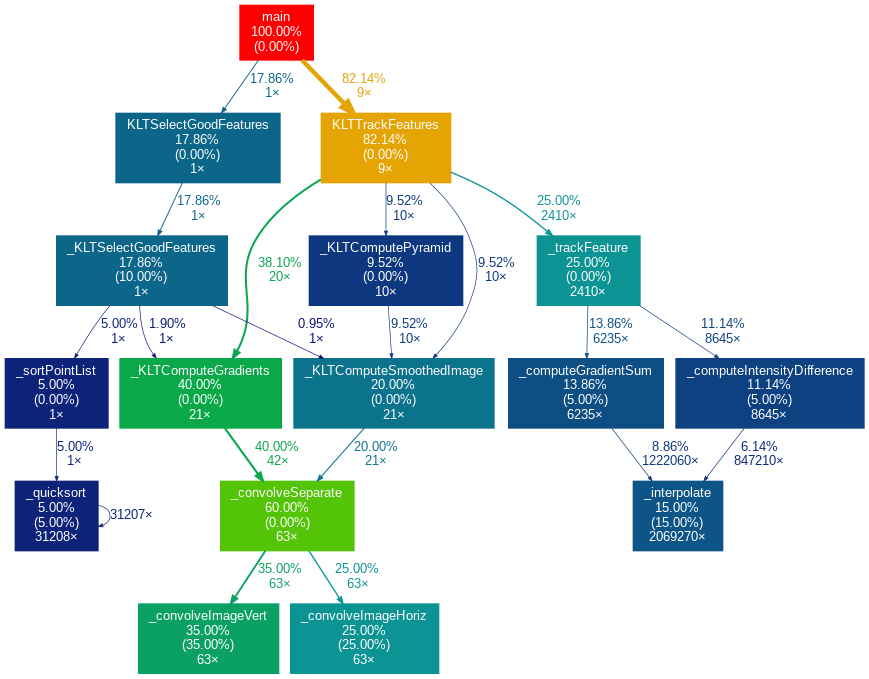
Above: src/V1/klt/profiling/example3_callgraph.png in FatimaRana50/CS4110-klt-gpu (Graphviz), before the change. Its source is kept beside it as src/V1/klt/profiling/example3_callgraph.dot. Its diagram source:
```dot
digraph {
	tooltip=" "
	graph [fontname=Arial, nodesep=0.125, ranksep=0.25];
	node [fontcolor=white, fontname=Arial, height=0, shape=box, style=filled, width=0];
	edge [fontname=Arial];
	1 [color="#ff0000", fontcolor="#ffffff", fontsize="10.00", label="main\n100.00%\n(0.00%)"];
	1 -> 2 [arrowsize="0.91", color="#e4a404", fontcolor="#e4a404", fontsize="10.00", label="82.14%\n9×", labeldistance="3.29", penwidth="3.29"];
	1 -> 9 [arrowsize="0.42", color="#0c668a", fontcolor="#0c668a", fontsize="10.00", label="17.86%\n1×", labeldistance="0.71", penwidth="0.71"];
	2 [color="#e4a404", fontcolor="#ffffff", fontsize="10.00", label="KLTTrackFeatures\n82.14%\n(0.00%)\n9×"];
	2 -> 4 [arrowsize="0.62", color="#0ba554", fontcolor="#0ba554", fontsize="10.00", label="38.10%\n20×", labeldistance="1.52", penwidth="1.52"];
	2 -> 6 [arrowsize="0.50", color="#0c9393", fontcolor="#0c9393", fontsize="10.00", label="25.00%\n2410×", labeldistance="1.00", penwidth="1.00"];
	2 -> 8 [arrowsize="0.35", color="#0d387f", fontcolor="#0d387f", fontsize="10.00", label="9.52%\n10×", labeldistance="0.50", penwidth="0.50"];
	2 -> 14 [arrowsize="0.35", color="#0d387f", fontcolor="#0d387f", fontsize="10.00", label="9.52%\n10×", labeldistance="0.50", penwidth="0.50"];
	3 [color="#53c408", fontcolor="#ffffff", fontsize="10.00", label="_convolveSeparate\n60.00%\n(0.00%)\n63×"];
	3 -> 5 [arrowsize="0.59", color="#0ba165", fontcolor="#0ba165", fontsize="10.00", label="35.00%\n63×", labeldistance="1.40", penwidth="1.40"];
	3 -> 7 [arrowsize="0.50", color="#0c9393", fontcolor="#0c9393", fontsize="10.00", label="25.00%\n63×", labeldistance="1.00", penwidth="1.00"];
	4 [color="#0ba84a", fontcolor="#ffffff", fontsize="10.00", label="_KLTComputeGradients\n40.00%\n(0.00%)\n21×"];
	4 -> 3 [arrowsize="0.63", color="#0ba84a", fontcolor="#0ba84a", fontsize="10.00", label="40.00%\n42×", labeldistance="1.60", penwidth="1.60"];
	5 [color="#0ba165", fontcolor="#ffffff", fontsize="10.00", label="_convolveImageVert\n35.00%\n(35.00%)\n63×"];
	6 [color="#0c9393", fontcolor="#ffffff", fontsize="10.00", label="_trackFeature\n25.00%\n(0.00%)\n2410×"];
	6 -> 12 [arrowsize="0.37", color="#0d4f85", fontcolor="#0d4f85", fontsize="10.00", label="13.86%\n6235×", labeldistance="0.55", penwidth="0.55"];
	6 -> 13 [arrowsize="0.35", color="#0d4181", fontcolor="#0d4181", fontsize="10.00", label="11.14%\n8645×", labeldistance="0.50", penwidth="0.50"];
	7 [color="#0c9393", fontcolor="#ffffff", fontsize="10.00", label="_convolveImageHoriz\n25.00%\n(25.00%)\n63×"];
	8 [color="#0c738d", fontcolor="#ffffff", fontsize="10.00", label="_KLTComputeSmoothedImage\n20.00%\n(0.00%)\n21×"];
	8 -> 3 [arrowsize="0.45", color="#0c738d", fontcolor="#0c738d", fontsize="10.00", label="20.00%\n21×", labeldistance="0.80", penwidth="0.80"];
	9 [color="#0c668a", fontcolor="#ffffff", fontsize="10.00", label="KLTSelectGoodFeatures\n17.86%\n(0.00%)\n1×"];
	9 -> 10 [arrowsize="0.42", color="#0c668a", fontcolor="#0c668a", fontsize="10.00", label="17.86%\n1×", labeldistance="0.71", penwidth="0.71"];
	10 [color="#0c668a", fontcolor="#ffffff", fontsize="10.00", label="_KLTSelectGoodFeatures\n17.86%\n(10.00%)\n1×"];
	10 -> 4 [arrowsize="0.35", color="#0d1575", fontcolor="#0d1575", fontsize="10.00", label="1.90%\n1×", labeldistance="0.50", penwidth="0.50"];
	10 -> 8 [arrowsize="0.35", color="#0d1174", fontcolor="#0d1174", fontsize="10.00", label="0.95%\n1×", labeldistance="0.50", penwidth="0.50"];
	10 -> 16 [arrowsize="0.35", color="#0d2279", fontcolor="#0d2279", fontsize="10.00", label="5.00%\n1×", labeldistance="0.50", penwidth="0.50"];
	11 [color="#0c5586", fontcolor="#ffffff", fontsize="10.00", label="_interpolate\n15.00%\n(15.00%)\n2069270×"];
	12 [color="#0d4f85", fontcolor="#ffffff", fontsize="10.00", label="_computeGradientSum\n13.86%\n(5.00%)\n6235×"];
	12 -> 11 [arrowsize="0.35", color="#0d357e", fontcolor="#0d357e", fontsize="10.00", label="8.86%\n1222060×", labeldistance="0.50", penwidth="0.50"];
	13 [color="#0d4181", fontcolor="#ffffff", fontsize="10.00", label="_computeIntensityDifference\n11.14%\n(5.00%)\n8645×"];
	13 -> 11 [arrowsize="0.35", color="#0d287b", fontcolor="#0d287b", fontsize="10.00", label="6.14%\n847210×", labeldistance="0.50", penwidth="0.50"];
	14 [color="#0d387f", fontcolor="#ffffff", fontsize="10.00", label="_KLTComputePyramid\n9.52%\n(0.00%)\n10×"];
	14 -> 8 [arrowsize="0.35", color="#0d387f", fontcolor="#0d387f", fontsize="10.00", label="9.52%\n10×", labeldistance="0.50", penwidth="0.50"];
	15 [color="#0d2279", fontcolor="#ffffff", fontsize="10.00", label="_quicksort\n5.00%\n(5.00%)\n31208×"];
	15 -> 15 [arrowsize="0.35", color="#0d2279", fontcolor="#0d2279", fontsize="10.00", label="31207×", labeldistance="0.50", penwidth="0.50"];
	16 [color="#0d2279", fontcolor="#ffffff", fontsize="10.00", label="_sortPointList\n5.00%\n(0.00%)\n1×"];
	16 -> 15 [arrowsize="0.35", color="#0d2279", fontcolor="#0d2279", fontsize="10.00", label="5.00%\n1×", labeldistance="0.50", penwidth="0.50"];
}
```
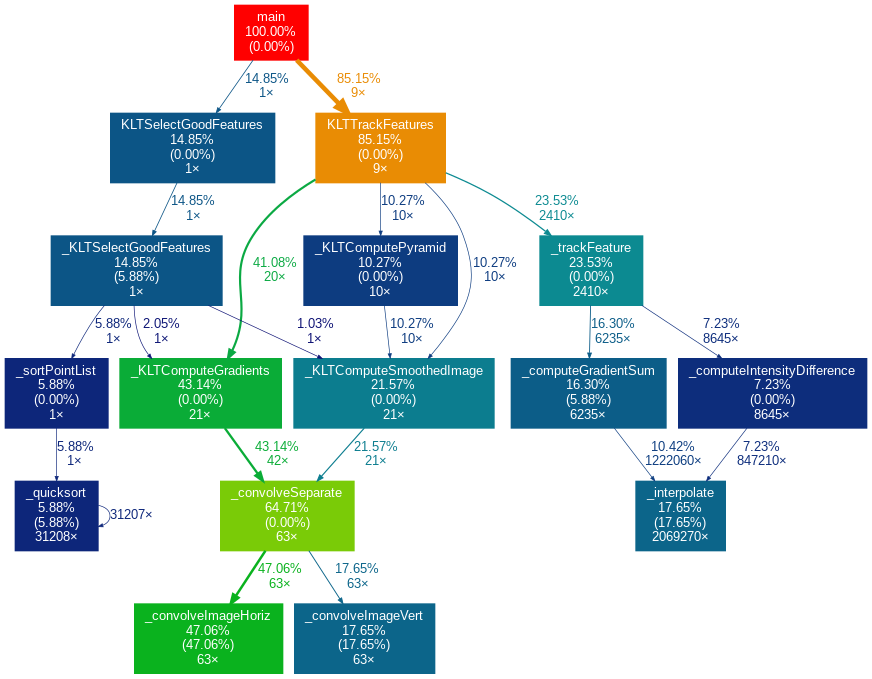
Later version of the same file.

What changed in the source:
```diff
@@ -4,40 +4,40 @@
 	node [fontcolor=white, fontname=Arial, height=0, shape=box, style=filled, width=0];
 	edge [fontname=Arial];
 	1 [color="#ff0000", fontcolor="#ffffff", fontsize="10.00", label="main\n100.00%\n(0.00%)"];
-	1 -> 2 [arrowsize="0.91", color="#e4a404", fontcolor="#e4a404", fontsize="10.00", label="82.14%\n9×", labeldistance="3.29", penwidth="3.29"];
-	1 -> 9 [arrowsize="0.42", color="#0c668a", fontcolor="#0c668a", fontsize="10.00", label="17.86%\n1×", labeldistance="0.71", penwidth="0.71"];
-	2 [color="#e4a404", fontcolor="#ffffff", fontsize="10.00", label="KLTTrackFeatures\n82.14%\n(0.00%)\n9×"];
-	2 -> 4 [arrowsize="0.62", color="#0ba554", fontcolor="#0ba554", fontsize="10.00", label="38.10%\n20×", labeldistance="1.52", penwidth="1.52"];
-	2 -> 6 [arrowsize="0.50", color="#0c9393", fontcolor="#0c9393", fontsize="10.00", label="25.00%\n2410×", labeldistance="1.00", penwidth="1.00"];
-	2 -> 8 [arrowsize="0.35", color="#0d387f", fontcolor="#0d387f", fontsize="10.00", label="9.52%\n10×", labeldistance="0.50", penwidth="0.50"];
-	2 -> 14 [arrowsize="0.35", color="#0d387f", fontcolor="#0d387f", fontsize="10.00", label="9.52%\n10×", labeldistance="0.50", penwidth="0.50"];
-	3 [color="#53c408", fontcolor="#ffffff", fontsize="10.00", label="_convolveSeparate\n60.00%\n(0.00%)\n63×"];
-	3 -> 5 [arrowsize="0.59", color="#0ba165", fontcolor="#0ba165", fontsize="10.00", label="35.00%\n63×", labeldistance="1.40", penwidth="1.40"];
-	3 -> 7 [arrowsize="0.50", color="#0c9393", fontcolor="#0c9393", fontsize="10.00", label="25.00%\n63×", labeldistance="1.00", penwidth="1.00"];
-	4 [color="#0ba84a", fontcolor="#ffffff", fontsize="10.00", label="_KLTComputeGradients\n40.00%\n(0.00%)\n21×"];
-	4 -> 3 [arrowsize="0.63", color="#0ba84a", fontcolor="#0ba84a", fontsize="10.00", label="40.00%\n42×", labeldistance="1.60", penwidth="1.60"];
-	5 [color="#0ba165", fontcolor="#ffffff", fontsize="10.00", label="_convolveImageVert\n35.00%\n(35.00%)\n63×"];
-	6 [color="#0c9393", fontcolor="#ffffff", fontsize="10.00", label="_trackFeature\n25.00%\n(0.00%)\n2410×"];
-	6 -> 12 [arrowsize="0.37", color="#0d4f85", fontcolor="#0d4f85", fontsize="10.00", label="13.86%\n6235×", labeldistance="0.55", penwidth="0.55"];
-	6 -> 13 [arrowsize="0.35", color="#0d4181", fontcolor="#0d4181", fontsize="10.00", label="11.14%\n8645×", labeldistance="0.50", penwidth="0.50"];
-	7 [color="#0c9393", fontcolor="#ffffff", fontsize="10.00", label="_convolveImageHoriz\n25.00%\n(25.00%)\n63×"];
-	8 [color="#0c738d", fontcolor="#ffffff", fontsize="10.00", label="_KLTComputeSmoothedImage\n20.00%\n(0.00%)\n21×"];
-	8 -> 3 [arrowsize="0.45", color="#0c738d", fontcolor="#0c738d", fontsize="10.00", label="20.00%\n21×", labeldistance="0.80", penwidth="0.80"];
-	9 [color="#0c668a", fontcolor="#ffffff", fontsize="10.00", label="KLTSelectGoodFeatures\n17.86%\n(0.00%)\n1×"];
-	9 -> 10 [arrowsize="0.42", color="#0c668a", fontcolor="#0c668a", fontsize="10.00", label="17.86%\n1×", labeldistance="0.71", penwidth="0.71"];
-	10 [color="#0c668a", fontcolor="#ffffff", fontsize="10.00", label="_KLTSelectGoodFeatures\n17.86%\n(10.00%)\n1×"];
-	10 -> 4 [arrowsize="0.35", color="#0d1575", fontcolor="#0d1575", fontsize="10.00", label="1.90%\n1×", labeldistance="0.50", penwidth="0.50"];
-	10 -> 8 [arrowsize="0.35", color="#0d1174", fontcolor="#0d1174", fontsize="10.00", label="0.95%\n1×", labeldistance="0.50", penwidth="0.50"];
-	10 -> 16 [arrowsize="0.35", color="#0d2279", fontcolor="#0d2279", fontsize="10.00", label="5.00%\n1×", labeldistance="0.50", penwidth="0.50"];
-	11 [color="#0c5586", fontcolor="#ffffff", fontsize="10.00", label="_interpolate\n15.00%\n(15.00%)\n2069270×"];
-	12 [color="#0d4f85", fontcolor="#ffffff", fontsize="10.00", label="_computeGradientSum\n13.86%\n(5.00%)\n6235×"];
-	12 -> 11 [arrowsize="0.35", color="#0d357e", fontcolor="#0d357e", fontsize="10.00", label="8.86%\n1222060×", labeldistance="0.50", penwidth="0.50"];
-	13 [color="#0d4181", fontcolor="#ffffff", fontsize="10.00", label="_computeIntensityDifference\n11.14%\n(5.00%)\n8645×"];
-	13 -> 11 [arrowsize="0.35", color="#0d287b", fontcolor="#0d287b", fontsize="10.00", label="6.14%\n847210×", labeldistance="0.50", penwidth="0.50"];
-	14 [color="#0d387f", fontcolor="#ffffff", fontsize="10.00", label="_KLTComputePyramid\n9.52%\n(0.00%)\n10×"];
-	14 -> 8 [arrowsize="0.35", color="#0d387f", fontcolor="#0d387f", fontsize="10.00", label="9.52%\n10×", labeldistance="0.50", penwidth="0.50"];
-	15 [color="#0d2279", fontcolor="#ffffff", fontsize="10.00", label="_quicksort\n5.00%\n(5.00%)\n31208×"];
-	15 -> 15 [arrowsize="0.35", color="#0d2279", fontcolor="#0d2279", fontsize="10.00", label="31207×", labeldistance="0.50", penwidth="0.50"];
-	16 [color="#0d2279", fontcolor="#ffffff", fontsize="10.00", label="_sortPointList\n5.00%\n(0.00%)\n1×"];
-	16 -> 15 [arrowsize="0.35", color="#0d2279", fontcolor="#0d2279", fontsize="10.00", label="5.00%\n1×", labeldistance="0.50", penwidth="0.50"];
+	1 -> 2 [arrowsize="0.92", color="#e98c04", fontcolor="#e98c04", fontsize="10.00", label="85.15%\n9×", labeldistance="3.41", penwidth="3.41"];
+	1 -> 11 [arrowsize="0.39", color="#0c5586", fontcolor="#0c5586", fontsize="10.00", label="14.85%\n1×", labeldistance="0.59", penwidth="0.59"];
+	2 [color="#e98c04", fontcolor="#ffffff", fontsize="10.00", label="KLTTrackFeatures\n85.15%\n(0.00%)\n9×"];
+	2 -> 5 [arrowsize="0.64", color="#0ba943", fontcolor="#0ba943", fontsize="10.00", label="41.08%\n20×", labeldistance="1.64", penwidth="1.64"];
+	2 -> 6 [arrowsize="0.49", color="#0c8a91", fontcolor="#0c8a91", fontsize="10.00", label="23.53%\n2410×", labeldistance="0.94", penwidth="0.94"];
+	2 -> 7 [arrowsize="0.35", color="#0d3c80", fontcolor="#0d3c80", fontsize="10.00", label="10.27%\n10×", labeldistance="0.50", penwidth="0.50"];
+	2 -> 13 [arrowsize="0.35", color="#0d3c80", fontcolor="#0d3c80", fontsize="10.00", label="10.27%\n10×", labeldistance="0.50", penwidth="0.50"];
+	3 [color="#7acb07", fontcolor="#ffffff", fontsize="10.00", label="_convolveSeparate\n64.71%\n(0.00%)\n63×"];
+	3 -> 4 [arrowsize="0.69", color="#0ab21e", fontcolor="#0ab21e", fontsize="10.00", label="47.06%\n63×", labeldistance="1.88", penwidth="1.88"];
+	3 -> 9 [arrowsize="0.42", color="#0c658a", fontcolor="#0c658a", fontsize="10.00", label="17.65%\n63×", labeldistance="0.71", penwidth="0.71"];
+	4 [color="#0ab21e", fontcolor="#ffffff", fontsize="10.00", label="_convolveImageHoriz\n47.06%\n(47.06%)\n63×"];
+	5 [color="#0aac37", fontcolor="#ffffff", fontsize="10.00", label="_KLTComputeGradients\n43.14%\n(0.00%)\n21×"];
+	5 -> 3 [arrowsize="0.66", color="#0aac37", fontcolor="#0aac37", fontsize="10.00", label="43.14%\n42×", labeldistance="1.73", penwidth="1.73"];
+	6 [color="#0c8a91", fontcolor="#ffffff", fontsize="10.00", label="_trackFeature\n23.53%\n(0.00%)\n2410×"];
+	6 -> 10 [arrowsize="0.40", color="#0c5d88", fontcolor="#0c5d88", fontsize="10.00", label="16.30%\n6235×", labeldistance="0.65", penwidth="0.65"];
+	6 -> 14 [arrowsize="0.35", color="#0d2d7c", fontcolor="#0d2d7c", fontsize="10.00", label="7.23%\n8645×", labeldistance="0.50", penwidth="0.50"];
+	7 [color="#0c7d8f", fontcolor="#ffffff", fontsize="10.00", label="_KLTComputeSmoothedImage\n21.57%\n(0.00%)\n21×"];
+	7 -> 3 [arrowsize="0.46", color="#0c7d8f", fontcolor="#0c7d8f", fontsize="10.00", label="21.57%\n21×", labeldistance="0.86", penwidth="0.86"];
+	8 [color="#0c658a", fontcolor="#ffffff", fontsize="10.00", label="_interpolate\n17.65%\n(17.65%)\n2069270×"];
+	9 [color="#0c658a", fontcolor="#ffffff", fontsize="10.00", label="_convolveImageVert\n17.65%\n(17.65%)\n63×"];
+	10 [color="#0c5d88", fontcolor="#ffffff", fontsize="10.00", label="_computeGradientSum\n16.30%\n(5.88%)\n6235×"];
+	10 -> 8 [arrowsize="0.35", color="#0d3d80", fontcolor="#0d3d80", fontsize="10.00", label="10.42%\n1222060×", labeldistance="0.50", penwidth="0.50"];
+	11 [color="#0c5586", fontcolor="#ffffff", fontsize="10.00", label="KLTSelectGoodFeatures\n14.85%\n(0.00%)\n1×"];
+	11 -> 12 [arrowsize="0.39", color="#0c5586", fontcolor="#0c5586", fontsize="10.00", label="14.85%\n1×", labeldistance="0.59", penwidth="0.59"];
+	12 [color="#0c5586", fontcolor="#ffffff", fontsize="10.00", label="_KLTSelectGoodFeatures\n14.85%\n(5.88%)\n1×"];
+	12 -> 5 [arrowsize="0.35", color="#0d1575", fontcolor="#0d1575", fontsize="10.00", label="2.05%\n1×", labeldistance="0.50", penwidth="0.50"];
+	12 -> 7 [arrowsize="0.35", color="#0d1174", fontcolor="#0d1174", fontsize="10.00", label="1.03%\n1×", labeldistance="0.50", penwidth="0.50"];
+	12 -> 16 [arrowsize="0.35", color="#0d267a", fontcolor="#0d267a", fontsize="10.00", label="5.88%\n1×", labeldistance="0.50", penwidth="0.50"];
+	13 [color="#0d3c80", fontcolor="#ffffff", fontsize="10.00", label="_KLTComputePyramid\n10.27%\n(0.00%)\n10×"];
+	13 -> 7 [arrowsize="0.35", color="#0d3c80", fontcolor="#0d3c80", fontsize="10.00", label="10.27%\n10×", labeldistance="0.50", penwidth="0.50"];
+	14 [color="#0d2d7c", fontcolor="#ffffff", fontsize="10.00", label="_computeIntensityDifference\n7.23%\n(0.00%)\n8645×"];
+	14 -> 8 [arrowsize="0.35", color="#0d2d7c", fontcolor="#0d2d7c", fontsize="10.00", label="7.23%\n847210×", labeldistance="0.50", penwidth="0.50"];
+	15 [color="#0d267a", fontcolor="#ffffff", fontsize="10.00", label="_quicksort\n5.88%\n(5.88%)\n31208×"];
+	15 -> 15 [arrowsize="0.35", color="#0d267a", fontcolor="#0d267a", fontsize="10.00", label="31207×", labeldistance="0.50", penwidth="0.50"];
+	16 [color="#0d267a", fontcolor="#ffffff", fontsize="10.00", label="_sortPointList\n5.88%\n(0.00%)\n1×"];
+	16 -> 15 [arrowsize="0.35", color="#0d267a", fontcolor="#0d267a", fontsize="10.00", label="5.88%\n1×", labeldistance="0.50", penwidth="0.50"];
 }
```
